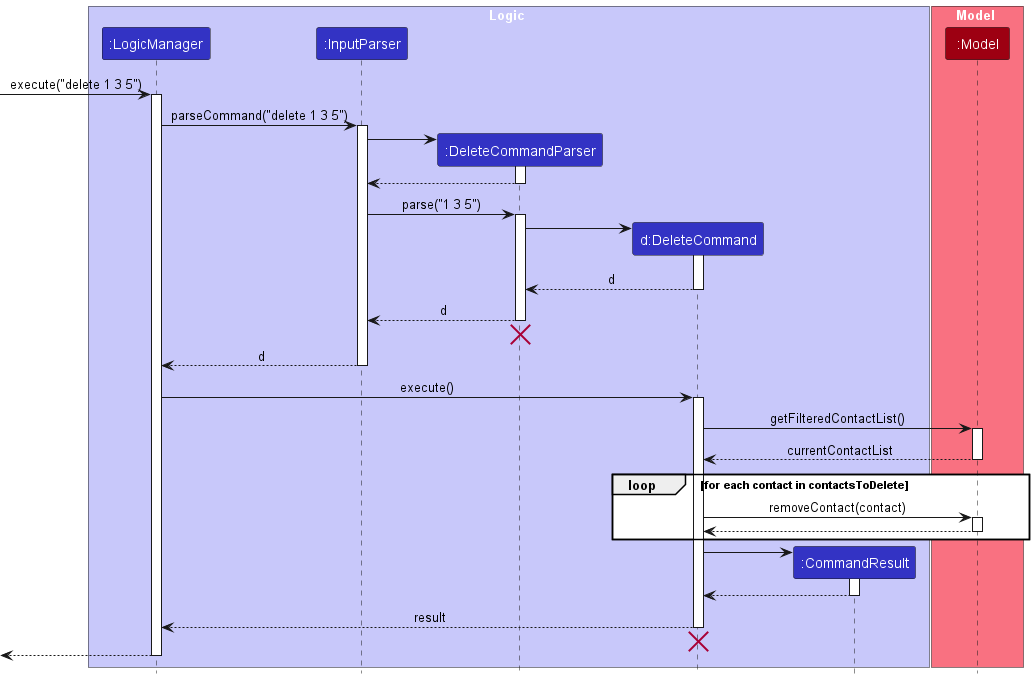
This is docs/images/DeleteSequenceDiagram.png from nus-cs2103-AY2324S1/tp, a PlantUML export, as it was before one commit.
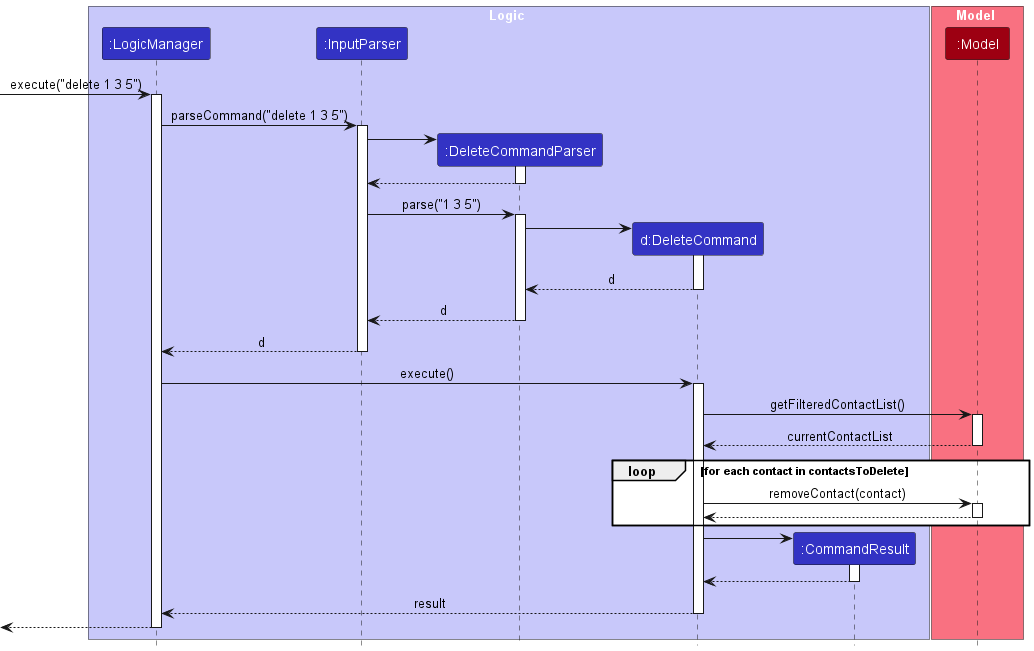
Above is the later version.

Commit message:
Remove termination red cross from the sequence diagrams

Diff of the diagram source:
```diff
@@ -39,8 +39,6 @@
 
 DeleteCommandParser --> InputParser : d
 deactivate DeleteCommandParser
-DeleteCommandParser -[hidden]-> InputParser
-destroy DeleteCommandParser
 
 InputParser --> LogicManager : d
 deactivate InputParser
@@ -69,8 +67,6 @@
 
 DeleteCommand --> LogicManager : result
 deactivate DeleteCommand
-DeleteCommand -[hidden]-> InputParser
-destroy DeleteCommand
 
 [<--LogicManager
 deactivate LogicManager
```
